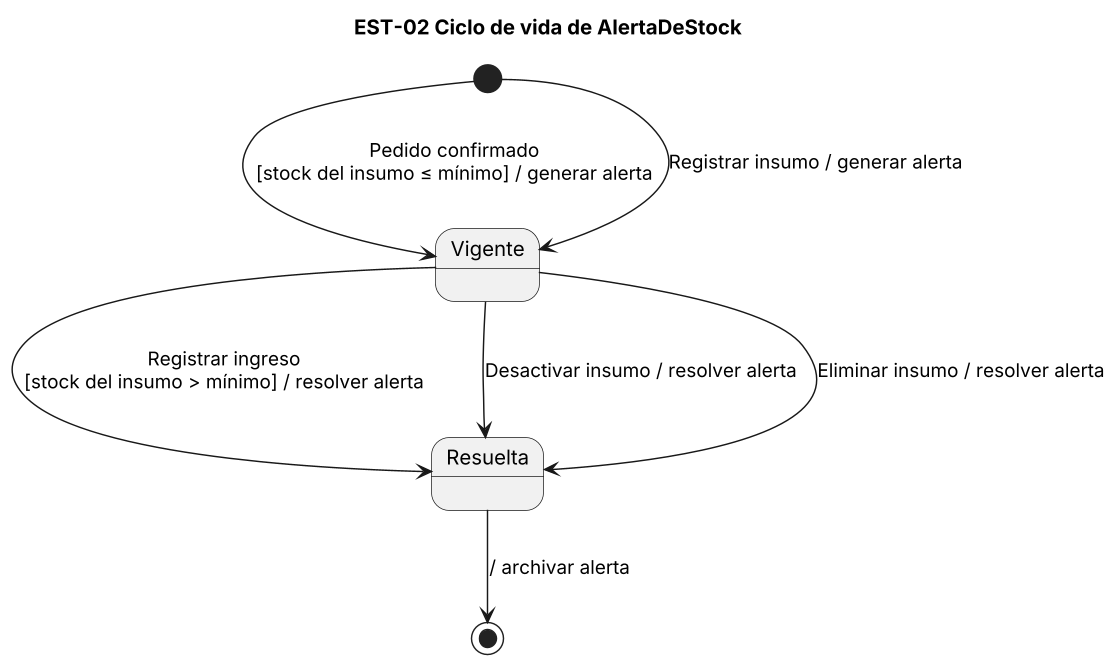
Earlier version of the PlantUML export diagramas/est-02.png (lambtto/Gestor-Inventario-Brookie).
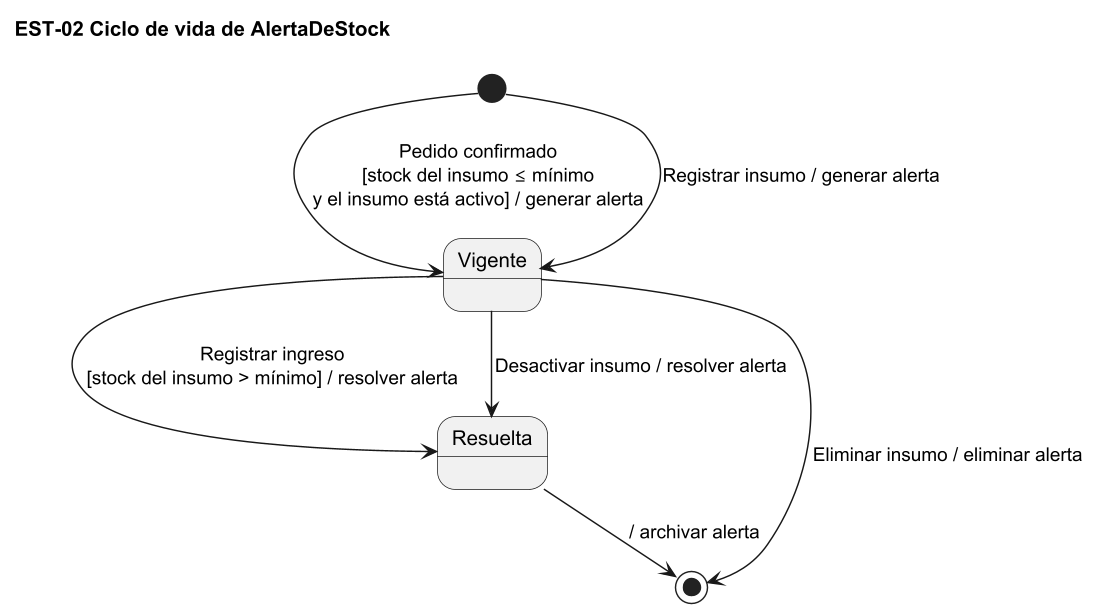
Above is the later version.

The edit, as a diff of the source:
```diff
@@ -1,13 +1,14 @@
 @startuml est-02
+!pragma layout smetana
 title EST-02 Ciclo de vida de AlertaDeStock
 skinparam dpi 140
 state "Vigente" as Vig
 state "Resuelta" as Res
 
-[*] --> Vig : Pedido confirmado\n[stock del insumo ≤ mínimo] / generar alerta
+[*] --> Vig : Pedido confirmado\n[stock del insumo ≤ mínimo\ny el insumo está activo] / generar alerta
 [*] --> Vig : Registrar insumo / generar alerta
 Vig --> Res : Registrar ingreso\n[stock del insumo > mínimo] / resolver alerta
 Vig --> Res : Desactivar insumo / resolver alerta
-Vig --> Res : Eliminar insumo / resolver alerta
+Vig --> [*] : Eliminar insumo / eliminar alerta
 Res --> [*] : / archivar alerta
 @enduml
```
